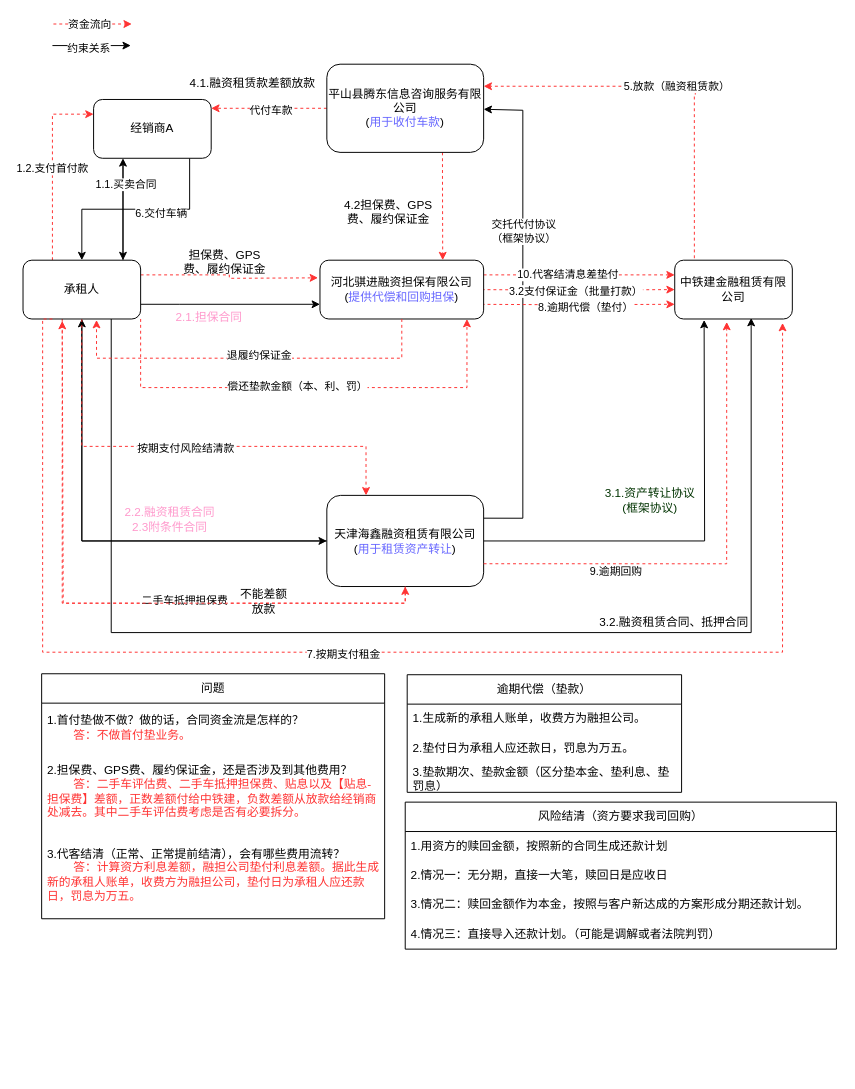
This is 业务形态-交易结构.drawio from XiongZen/QJReconstitution, a draw.io file, before an edit. Source tidied: cells renumbered, new cells numbered last; positions are measured from the earlier drawing's top-left corner, leaving out a move shared by most shapes. Both pictures are drawn from the tidied source at 98%, with x=0, y=0 at pixel (23, 24).
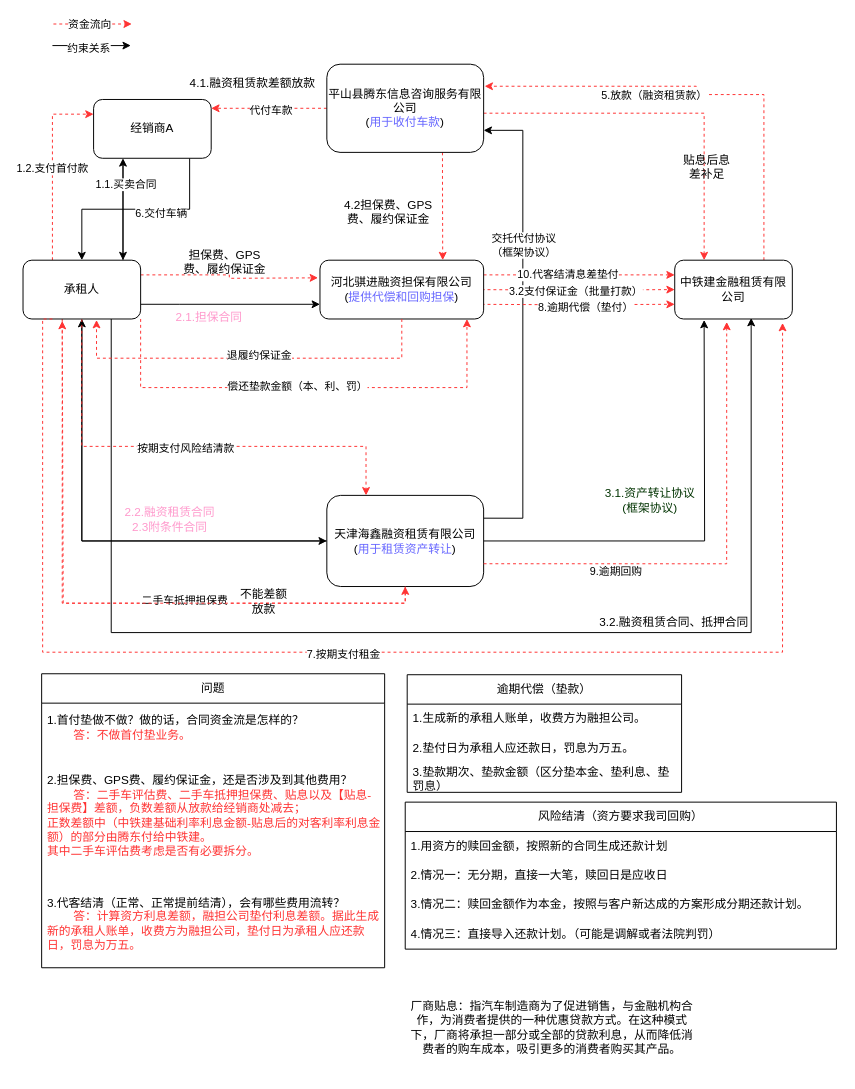
The same diagram, later.

Commit message:
Update 业务形态-交易结构.drawio

The change refers to these unchanged cells:
```xml
<mxCell id="5" value="平山县腾东信息咨询服务有限公司&lt;div&gt;(&lt;font color=&quot;#6666ff&quot;&gt;用于收付车款&lt;/font&gt;)&lt;/div&gt;" style="rounded=1;whiteSpace=wrap;html=1;" parent="1" vertex="1">
  <mxGeometry x="310" y="41" width="160" height="90" as="geometry" />
</mxCell>
<mxCell id="10" value="天津海鑫融资租赁有限公司&lt;div&gt;(&lt;font color=&quot;#6666ff&quot;&gt;用于租赁资产转让&lt;/font&gt;)&lt;/div&gt;" style="rounded=1;whiteSpace=wrap;html=1;" parent="1" vertex="1">
  <mxGeometry x="310" y="481" width="160" height="93" as="geometry" />
</mxCell>
<mxCell id="33" value="中铁建金融租赁有限公司" style="rounded=1;whiteSpace=wrap;html=1;" parent="1" vertex="1">
  <mxGeometry x="665" y="241" width="120" height="60" as="geometry" />
</mxCell>
```

Change to the diagram source:
```diff
@@
+    <mxCell id="71" style="edgeStyle=orthogonalEdgeStyle;rounded=0;jettySize=auto;html=1;entryX=0.25;entryY=0;entryDx=0;entryDy=0;fontColor=#FF3333;dashed=1;strokeColor=#FF3333;" parent="1" edge="1" source="5" target="33">
+      <mxGeometry relative="1" as="geometry">
+        <Array as="points">
+          <mxPoint x="695" y="91" />
+        </Array>
+      </mxGeometry>
+    </mxCell>
@@
-    <mxCell id="8" style="edgeStyle=orthogonalEdgeStyle;rounded=0;jettySize=auto;html=1;entryX=1;entryY=0.5;entryDx=0;entryDy=0;exitX=1;exitY=0.25;exitDx=0;exitDy=0;" parent="1" edge="1" source="10">
+    <mxCell id="8" style="edgeStyle=orthogonalEdgeStyle;rounded=0;jettySize=auto;html=1;entryX=1;entryY=0.75;entryDx=0;entryDy=0;exitX=1;exitY=0.25;exitDx=0;exitDy=0;" parent="1" edge="1" source="10" target="5">
       <mxGeometry relative="1" as="geometry">
-        <mxPoint x="470" y="87" as="targetPoint" />
         <Array as="points">
           <mxPoint x="510" y="504" />
-          <mxPoint x="510" y="88" />
+          <mxPoint x="510" y="109" />
         </Array>
       </mxGeometry>
     </mxCell>
@@
-    <mxCell id="32" value="5.放款（融资租赁款）" style="edgeStyle=orthogonalEdgeStyle;rounded=0;jettySize=auto;html=1;entryX=1;entryY=0.25;entryDx=0;entryDy=0;dashed=1;strokeColor=#FF3333;exitX=0.167;exitY=-0.033;exitDx=0;exitDy=0;exitPerimeter=0;" parent="1" edge="1" source="33" target="5">
-      <mxGeometry relative="1" as="geometry">
+    <mxCell id="32" value="5.放款（融资租赁款）" style="edgeStyle=orthogonalEdgeStyle;rounded=0;orthogonalLoop=1;jettySize=auto;html=1;entryX=1;entryY=0.25;entryDx=0;entryDy=0;dashed=1;strokeColor=#FF3333;exitX=0.75;exitY=0;exitDx=0;exitDy=0;" parent="1" edge="1">
+      <mxGeometry x="0.26" y="9" relative="1" as="geometry">
+        <mxPoint x="756" y="241" as="sourcePoint" />
+        <mxPoint x="471" y="63.5" as="targetPoint" />
         <Array as="points">
-          <mxPoint x="685" y="72" />
-          <mxPoint x="686" y="72" />
-          <mxPoint x="686" y="64" />
+          <mxPoint x="756" y="72" />
+          <mxPoint x="687" y="72" />
+          <mxPoint x="687" y="64" />
         </Array>
+        <mxPoint x="1" as="offset" />
       </mxGeometry>
     </mxCell>
@@
     <mxCell id="43" value="问题" style="swimlane;fontStyle=0;horizontal=1;startSize=30;whiteSpace=wrap;html=1;" parent="1" vertex="1">
-      <mxGeometry x="19" y="663" width="350" height="250" as="geometry" />
+      <mxGeometry x="19" y="663" width="350" height="300" as="geometry" />
     </mxCell>
@@
-    <mxCell id="45" value="2.&lt;span style=&quot;text-align: center;&quot;&gt;担保费、GPS费、履约保证金，还是否涉及到其他费用？&lt;/span&gt;&lt;div&gt;&lt;span style=&quot;text-align: center;&quot;&gt;&lt;span style=&quot;white-space: pre;&quot;&gt;&#9;&lt;/span&gt;&lt;font color=&quot;#ff3333&quot;&gt;答：二手车评估费、二手车抵押担保费、贴息以及【贴息-担保费】差额，正数差额付给中铁建，负数差额从放款给经销商处减去。其中二手车评估费考虑是否有必要拆分。&lt;/font&gt;&lt;br&gt;&lt;/span&gt;&lt;/div&gt;" style="text;strokeColor=none;fillColor=none;align=left;verticalAlign=middle;spacingLeft=4;spacingRight=4;overflow=hidden;whiteSpace=wrap;html=1;" parent="43" vertex="1">
-      <mxGeometry y="80" width="350" height="80" as="geometry" />
+    <mxCell id="45" value="2.&lt;span style=&quot;text-align: center;&quot;&gt;担保费、GPS费、履约保证金，还是否涉及到其他费用？&lt;/span&gt;&lt;div&gt;&lt;span style=&quot;text-align: center;&quot;&gt;&lt;span style=&quot;white-space: pre;&quot;&gt;&#9;&lt;/span&gt;&lt;font color=&quot;#ff3333&quot;&gt;答：二手车评估费、二手车抵押担保费、贴息以及【贴息-担保费】差额，负数差额从放款给经销商处减去；&lt;/font&gt;&lt;/span&gt;&lt;/div&gt;&lt;div&gt;&lt;span style=&quot;color: rgb(255, 51, 51); text-align: center; background-color: initial;&quot;&gt;正数差额中（中铁建基础利率利息金额-贴息后的对客利率利息金额）的部分由腾东付给中铁建&lt;/span&gt;&lt;span style=&quot;color: rgb(255, 51, 51); text-align: center; background-color: initial;&quot;&gt;。&lt;/span&gt;&lt;/div&gt;&lt;div&gt;&lt;span style=&quot;color: rgb(255, 51, 51); text-align: center; background-color: initial;&quot;&gt;其中二手车评估费考虑是否有必要拆分。&lt;/span&gt;&lt;/div&gt;" style="text;strokeColor=none;fillColor=none;align=left;verticalAlign=middle;spacingLeft=4;spacingRight=4;overflow=hidden;whiteSpace=wrap;html=1;" parent="43" vertex="1">
+      <mxGeometry y="80" width="350" height="130" as="geometry" />
     </mxCell>
     <mxCell id="46" value="3.代客结清（正常、正常提前结清），会有哪些费用流转？&lt;div&gt;&lt;span style=&quot;white-space: pre;&quot;&gt;&#9;&lt;/span&gt;&lt;font color=&quot;#ff3333&quot;&gt;答：计算资方利息差额，融担公司垫付利息差额。据此生成新的承租人账单，收费方为融担公司，&lt;span style=&quot;background-color: initial;&quot;&gt;垫付日为承租人应还款日，罚息为万五。&lt;/span&gt;&lt;/font&gt;&lt;br&gt;&lt;/div&gt;" style="text;strokeColor=none;fillColor=none;align=left;verticalAlign=middle;spacingLeft=4;spacingRight=4;overflow=hidden;whiteSpace=wrap;html=1;" parent="43" vertex="1">
-      <mxGeometry y="160" width="350" height="90" as="geometry" />
+      <mxGeometry y="210" width="350" height="90" as="geometry" />
     </mxCell>
@@
+    <mxCell id="72" value="厂商贴息：指汽车制造商为了促进销售，与金融机构合作，为消费者提供的一种优惠贷款方式。在这种模式下，厂商将承担一部分或全部的贷款利息，从而降低消费者的购车成本，吸引更多的消费者购买其产品。" style="text;html=1;align=center;verticalAlign=middle;whiteSpace=wrap;rounded=0;" parent="1" vertex="1">
+      <mxGeometry x="390" y="979" width="300" height="90" as="geometry" />
+    </mxCell>
+    <mxCell id="73" value="贴息后息差补足" style="text;html=1;align=center;verticalAlign=middle;whiteSpace=wrap;rounded=0;" parent="1" vertex="1">
+      <mxGeometry x="668" y="131" width="60" height="30" as="geometry" />
+    </mxCell>
```
